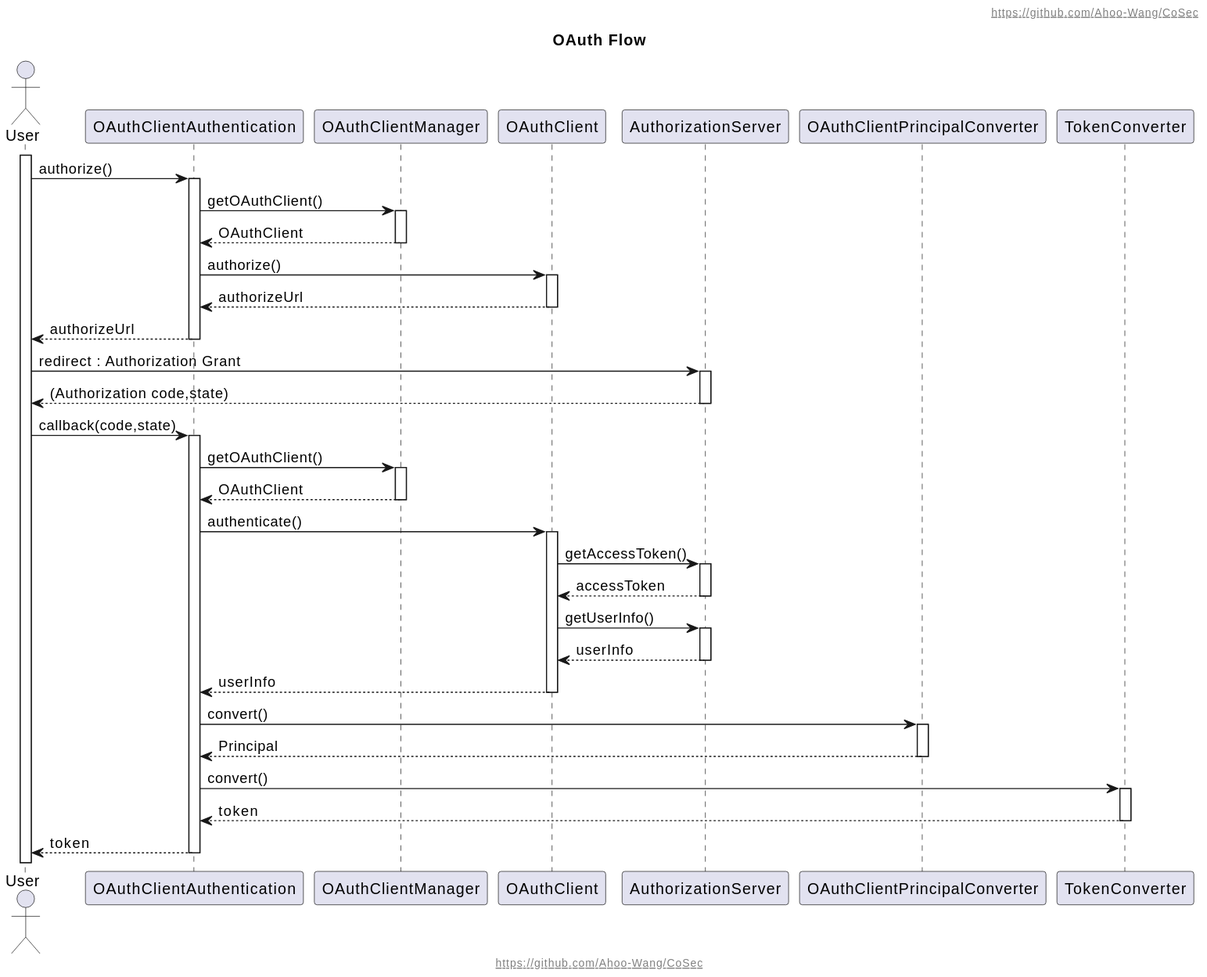
Earlier version of the PlantUML export document/design/assets/OAuth-Flow.svg (Ahoo-Wang/CoSec).
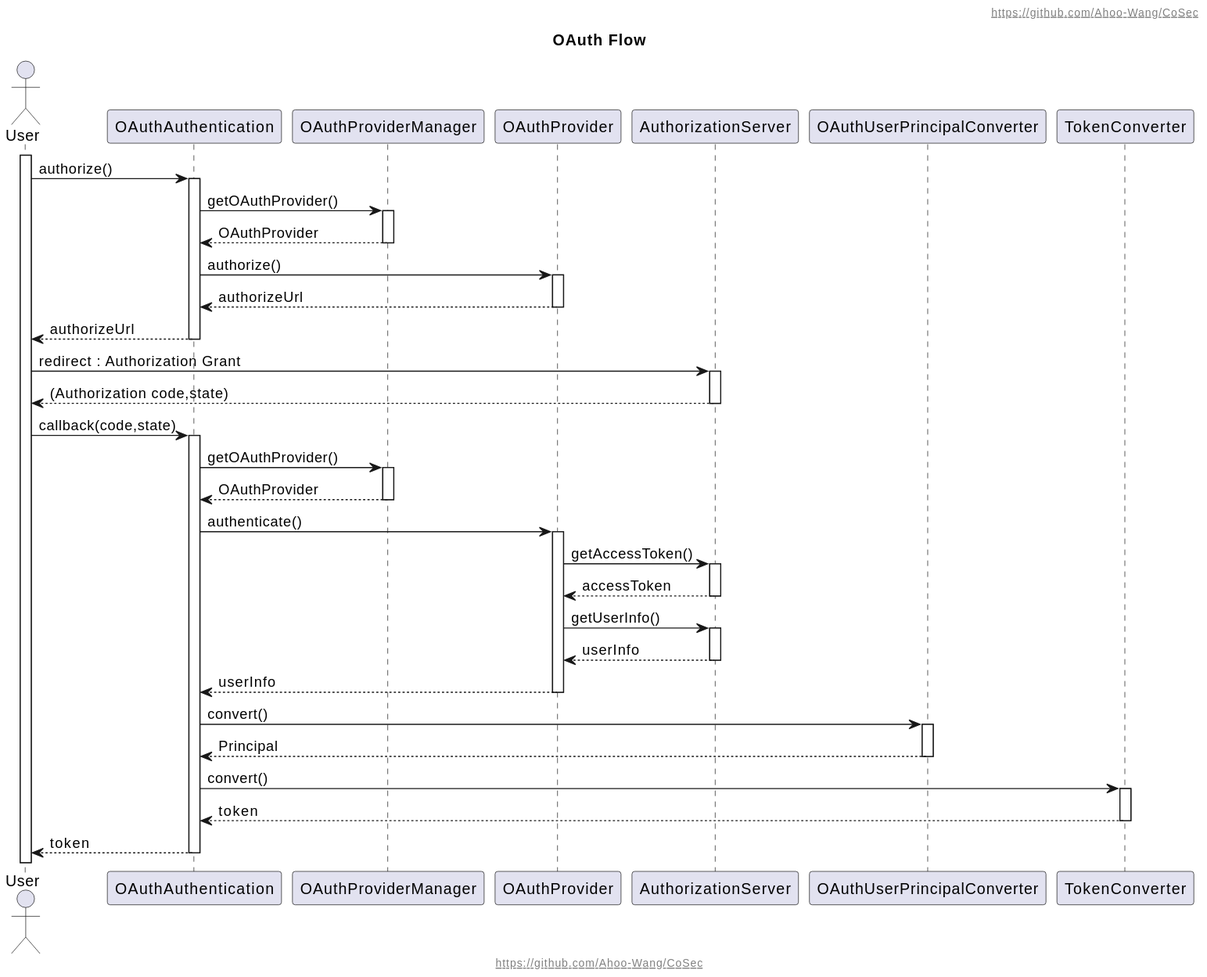
The same diagram one commit later.

The edit, as a diff of the source:
```diff
@@ -3,34 +3,34 @@
 title OAuth Flow
 
 actor User
-participant OAuthClientAuthentication
-participant OAuthClientManager
-participant OAuthClient
+participant OAuthAuthentication
+participant OAuthProviderManager
+participant OAuthProvider
 participant AuthorizationServer
-participant OAuthClientPrincipalConverter
+participant OAuthUserPrincipalConverter
 participant TokenConverter
 User++
 
-User -> OAuthClientAuthentication++: authorize()
-OAuthClientAuthentication -> OAuthClientManager++: getOAuthClient()
-OAuthClientAuthentication <-- OAuthClientManager--: OAuthClient
-OAuthClientAuthentication -> OAuthClient++: authorize()
-OAuthClientAuthentication <-- OAuthClient--: authorizeUrl
-User <-- OAuthClientAuthentication--: authorizeUrl
+User -> OAuthAuthentication++: authorize()
+OAuthAuthentication -> OAuthProviderManager++: getOAuthProvider()
+OAuthAuthentication <-- OAuthProviderManager--: OAuthProvider
+OAuthAuthentication -> OAuthProvider++: authorize()
+OAuthAuthentication <-- OAuthProvider--: authorizeUrl
+User <-- OAuthAuthentication--: authorizeUrl
 User -> AuthorizationServer++: redirect : Authorization Grant
 User <-- AuthorizationServer--: (Authorization code,state)
-User -> OAuthClientAuthentication++: callback(code,state)
-OAuthClientAuthentication -> OAuthClientManager++: getOAuthClient()
-OAuthClientAuthentication <-- OAuthClientManager--: OAuthClient
-OAuthClientAuthentication -> OAuthClient++: authenticate()
-OAuthClient-> AuthorizationServer++: getAccessToken()
-OAuthClient <-- AuthorizationServer--: accessToken
-OAuthClient -> AuthorizationServer++: getUserInfo()
-OAuthClient <-- AuthorizationServer--: userInfo
-OAuthClientAuthentication <-- OAuthClient--: userInfo
-OAuthClientAuthentication -> OAuthClientPrincipalConverter++: convert()
-OAuthClientAuthentication <-- OAuthClientPrincipalConverter--: Principal
-OAuthClientAuthentication -> TokenConverter++: convert()
-OAuthClientAuthentication <-- TokenConverter--: token
-User <-- OAuthClientAuthentication--: token
+User -> OAuthAuthentication++: callback(code,state)
+OAuthAuthentication -> OAuthProviderManager++: getOAuthProvider()
+OAuthAuthentication <-- OAuthProviderManager--: OAuthProvider
+OAuthAuthentication -> OAuthProvider++: authenticate()
+OAuthProvider-> AuthorizationServer++: getAccessToken()
+OAuthProvider <-- AuthorizationServer--: accessToken
+OAuthProvider -> AuthorizationServer++: getUserInfo()
+OAuthProvider <-- AuthorizationServer--: userInfo
+OAuthAuthentication <-- OAuthProvider--: userInfo
+OAuthAuthentication -> OAuthUserPrincipalConverter++: convert()
+OAuthAuthentication <-- OAuthUserPrincipalConverter--: Principal
+OAuthAuthentication -> TokenConverter++: convert()
+OAuthAuthentication <-- TokenConverter--: token
+User <-- OAuthAuthentication--: token
 @enduml
```
